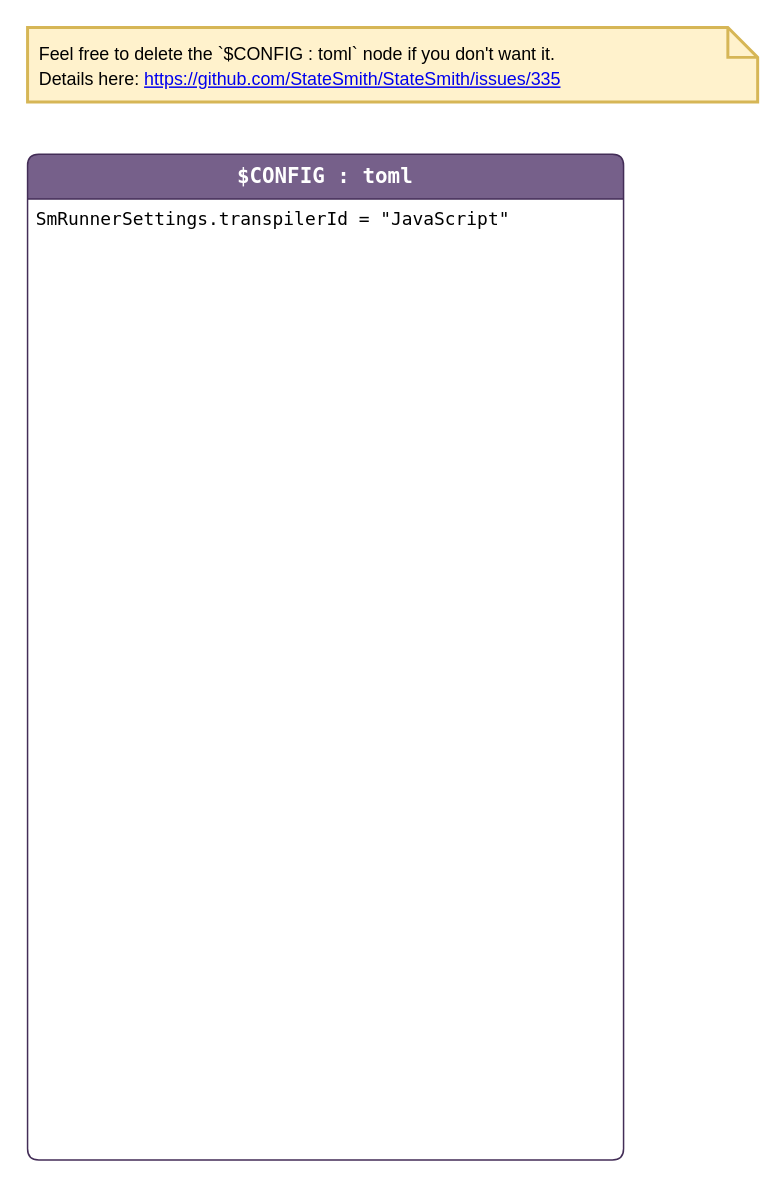
Before: page "config" (2 of 4) of lesson-2/LightSm.drawio in StateSmith/tutorial-4, a draw.io diagram. Source tidied: cells renumbered, new cells numbered last; positions are measured from the earlier drawing's top-left corner, leaving out a move shared by most shapes. Both pictures are drawn from the tidied source at 149%, with x=0, y=0 at pixel (27, 27).
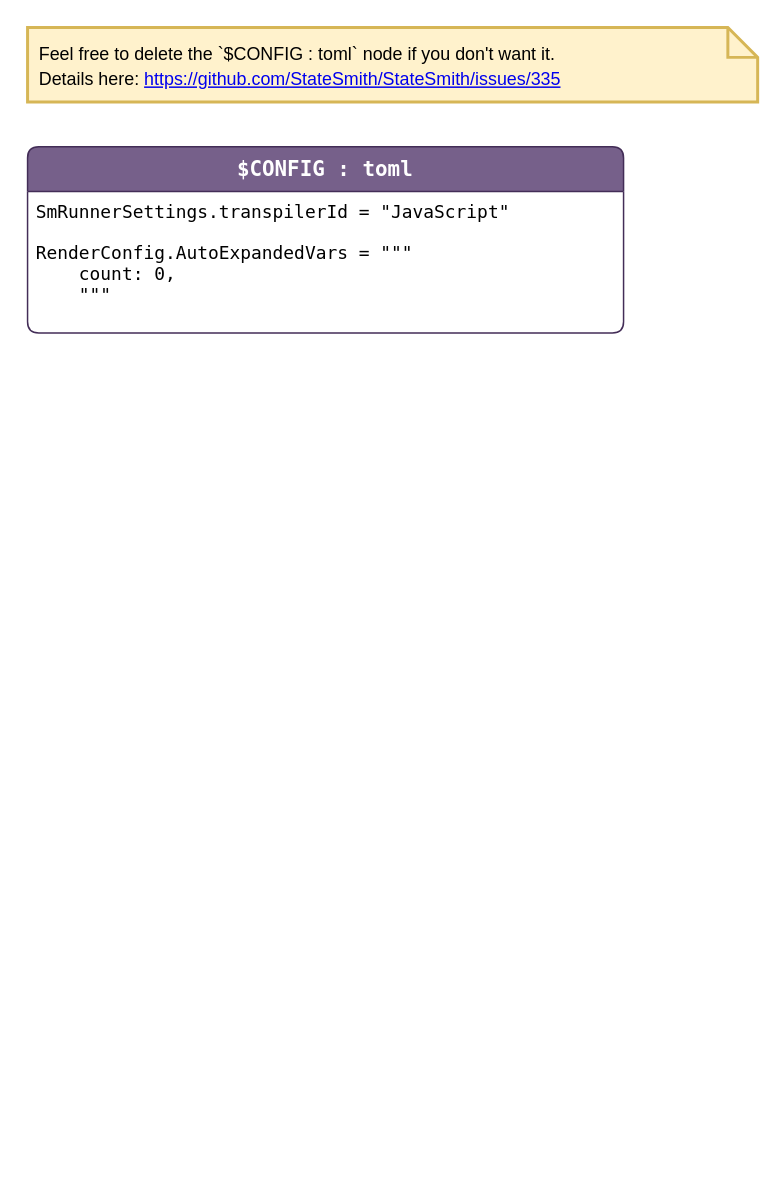
The same page after the edit.

The edit, as a diff of the source:
```diff
@@
 <mxGraphModel>
   <root>
     <mxCell id="0" />
     <mxCell id="1" parent="0" />
     <mxCell id="2" value="$CONFIG : toml" style="shape=swimlane;align=center;verticalAlign=top;fontFamily=Lucida Console;startSize=30;fontSize=14;fontStyle=1;swimlaneFillColor=default;rounded=1;arcSize=15;absoluteArcSize=1;fillColor=#76608a;strokeColor=#432D57;fontColor=#ffffff;" parent="1" vertex="1">
-      <mxGeometry y="85" width="400" height="675" as="geometry" />
+      <mxGeometry y="80" width="400" height="125" as="geometry" />
     </mxCell>
-    <mxCell id="3" value="SmRunnerSettings.transpilerId = &quot;JavaScript&quot;" style="fontFamily=Lucida Console;align=left;verticalAlign=top;fillColor=none;gradientColor=none;strokeColor=none;rounded=0;spacingLeft=4;" parent="2" vertex="1">
-      <mxGeometry y="30" width="340" height="30" as="geometry" />
+    <mxCell id="3" value="SmRunnerSettings.transpilerId = &quot;JavaScript&quot;&#10;&#10;RenderConfig.AutoExpandedVars = &quot;&quot;&quot;&#10;    count: 0,&#10;    &quot;&quot;&quot;" style="fontFamily=Lucida Console;align=left;verticalAlign=top;fillColor=none;gradientColor=none;strokeColor=none;rounded=0;spacingLeft=4;" parent="2" vertex="1">
+      <mxGeometry y="30" width="340" height="90" as="geometry" />
     </mxCell>
     <mxCell id="4" value="&lt;span style=&quot;color: rgb(0, 0, 0); font-size: 12px;&quot;&gt;Feel free to delete the `$CONFIG : toml` node if you don't want it.&lt;/span&gt;&lt;br style=&quot;color: rgb(0, 0, 0); font-size: 12px;&quot;&gt;&lt;span style=&quot;color: rgb(0, 0, 0); font-size: 12px;&quot;&gt;Details here:&amp;nbsp;&lt;/span&gt;&lt;a style=&quot;font-size: 12px;&quot; href=&quot;https://github.com/StateSmith/StateSmith/issues/335&quot;&gt;https://github.com/StateSmith/StateSmith/issues/335&lt;/a&gt;" style="shape=note;strokeWidth=2;fontSize=14;size=20;whiteSpace=wrap;html=1;fillColor=#fff2cc;strokeColor=#d6b656;fontColor=#2B2B00;align=left;spacingLeft=6;" parent="1" vertex="1">
       <mxGeometry width="490" height="50" as="geometry" />
     </mxCell>
   </root>
 </mxGraphModel>
```
